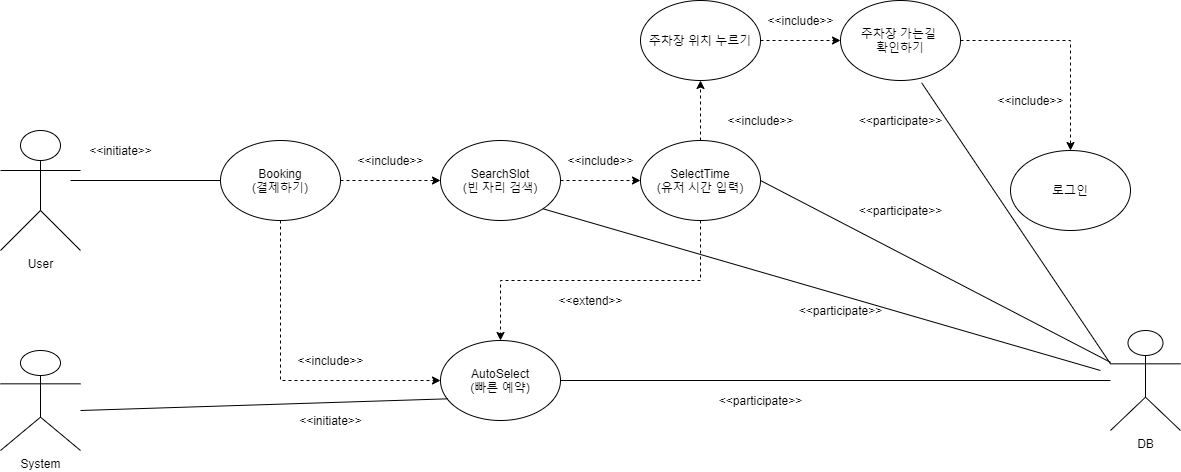
Earlier version of the draw.io export UsecaseDiagram/UseCaseDiagram.png (ch33233/SWE-Parking_Booking). Source tidied: cells renumbered, new cells last; positions are measured from the earlier drawing's top-left corner, leaving out a move shared by most shapes. Source of this version:
```xml
<mxGraphModel>
  <root>
    <mxCell id="0" />
    <mxCell id="1" parent="0" />
    <mxCell id="2" value="User" style="shape=umlActor;verticalLabelPosition=bottom;verticalAlign=top;html=1;" parent="1" vertex="1">
      <mxGeometry y="130" width="80" height="120" as="geometry" />
    </mxCell>
    <mxCell id="3" style="edgeStyle=orthogonalEdgeStyle;rounded=0;jettySize=auto;html=1;exitX=1;exitY=0.5;exitDx=0;exitDy=0;entryX=0;entryY=0.5;entryDx=0;entryDy=0;dashed=1;" parent="1" edge="1" source="5" target="7">
      <mxGeometry relative="1" as="geometry" />
    </mxCell>
    <mxCell id="4" style="edgeStyle=orthogonalEdgeStyle;rounded=0;jettySize=auto;html=1;exitX=0.5;exitY=1;exitDx=0;exitDy=0;entryX=0;entryY=0.5;entryDx=0;entryDy=0;dashed=1;" parent="1" edge="1" source="5" target="15">
      <mxGeometry relative="1" as="geometry" />
    </mxCell>
    <mxCell id="5" value="Booking&lt;br&gt;(결제하기)" style="ellipse;whiteSpace=wrap;html=1;" parent="1" vertex="1">
      <mxGeometry x="220" y="140" width="120" height="80" as="geometry" />
    </mxCell>
    <mxCell id="6" style="edgeStyle=orthogonalEdgeStyle;rounded=0;jettySize=auto;html=1;exitX=1;exitY=0.5;exitDx=0;exitDy=0;entryX=0;entryY=0.5;entryDx=0;entryDy=0;dashed=1;" parent="1" edge="1" source="7" target="10">
      <mxGeometry relative="1" as="geometry" />
    </mxCell>
    <mxCell id="7" value="SearchSlot&lt;br&gt;(빈 자리 검색)" style="ellipse;whiteSpace=wrap;html=1;" parent="1" vertex="1">
      <mxGeometry x="440" y="140" width="120" height="80" as="geometry" />
    </mxCell>
    <mxCell id="8" style="edgeStyle=orthogonalEdgeStyle;rounded=0;jettySize=auto;html=1;exitX=0.5;exitY=0;exitDx=0;exitDy=0;entryX=0.5;entryY=1;entryDx=0;entryDy=0;dashed=1;" parent="1" edge="1" source="10" target="12">
      <mxGeometry relative="1" as="geometry" />
    </mxCell>
    <mxCell id="9" style="edgeStyle=orthogonalEdgeStyle;rounded=0;jettySize=auto;html=1;exitX=0.5;exitY=1;exitDx=0;exitDy=0;entryX=0.5;entryY=0;entryDx=0;entryDy=0;dashed=1;" parent="1" edge="1" source="10" target="15">
      <mxGeometry relative="1" as="geometry" />
    </mxCell>
    <mxCell id="10" value="SelectTime&lt;br&gt;(유저 시간 입력)" style="ellipse;whiteSpace=wrap;html=1;" parent="1" vertex="1">
      <mxGeometry x="640" y="140" width="120" height="80" as="geometry" />
    </mxCell>
    <mxCell id="11" style="edgeStyle=orthogonalEdgeStyle;rounded=0;jettySize=auto;html=1;exitX=1;exitY=0.5;exitDx=0;exitDy=0;entryX=0;entryY=0.5;entryDx=0;entryDy=0;dashed=1;" parent="1" edge="1" source="12" target="14">
      <mxGeometry relative="1" as="geometry" />
    </mxCell>
    <mxCell id="12" value="주차장 위치 누르기" style="ellipse;whiteSpace=wrap;html=1;" parent="1" vertex="1">
      <mxGeometry x="640" width="120" height="80" as="geometry" />
    </mxCell>
    <mxCell id="13" style="edgeStyle=orthogonalEdgeStyle;rounded=0;jettySize=auto;html=1;exitX=1;exitY=0.5;exitDx=0;exitDy=0;dashed=1;" parent="1" edge="1" source="14" target="16">
      <mxGeometry relative="1" as="geometry" />
    </mxCell>
    <mxCell id="14" value="주차장 가는길 &lt;br&gt;확인하기" style="ellipse;whiteSpace=wrap;html=1;" parent="1" vertex="1">
      <mxGeometry x="840" width="120" height="80" as="geometry" />
    </mxCell>
    <mxCell id="15" value="AutoSelect&lt;br&gt;(빠른 예약)" style="ellipse;whiteSpace=wrap;html=1;" parent="1" vertex="1">
      <mxGeometry x="440" y="340" width="120" height="80" as="geometry" />
    </mxCell>
    <mxCell id="16" value="로그인" style="ellipse;whiteSpace=wrap;html=1;" parent="1" vertex="1">
      <mxGeometry x="1010" y="150" width="120" height="80" as="geometry" />
    </mxCell>
    <mxCell id="17" value="&amp;lt;&amp;lt;include&amp;gt;&amp;gt;" style="text;html=1;align=center;verticalAlign=middle;strokeColor=none;" parent="1" vertex="1">
      <mxGeometry x="990" y="90" width="80" height="20" as="geometry" />
    </mxCell>
    <mxCell id="18" style="endArrow=none;html=1;entryX=0;entryY=0.5;entryDx=0;entryDy=0;" parent="1" edge="1" target="5">
      <mxGeometry relative="1" as="geometry">
        <mxPoint x="70" y="180" as="sourcePoint" />
      </mxGeometry>
    </mxCell>
    <mxCell id="19" value="&amp;lt;&amp;lt;include&amp;gt;&amp;gt;" style="text;html=1;align=center;verticalAlign=middle;strokeColor=none;" parent="1" vertex="1">
      <mxGeometry x="760" y="10" width="80" height="20" as="geometry" />
    </mxCell>
    <mxCell id="20" value="&amp;lt;&amp;lt;include&amp;gt;&amp;gt;" style="text;html=1;align=center;verticalAlign=middle;strokeColor=none;" parent="1" vertex="1">
      <mxGeometry x="720" y="110" width="80" height="20" as="geometry" />
    </mxCell>
    <mxCell id="21" value="&amp;lt;&amp;lt;include&amp;gt;&amp;gt;" style="text;html=1;align=center;verticalAlign=middle;strokeColor=none;" parent="1" vertex="1">
      <mxGeometry x="350" y="150" width="80" height="20" as="geometry" />
    </mxCell>
    <mxCell id="22" value="&amp;lt;&amp;lt;initiate&amp;gt;&amp;gt;" style="text;html=1;align=center;verticalAlign=middle;strokeColor=none;" parent="1" vertex="1">
      <mxGeometry x="80" y="140" width="80" height="20" as="geometry" />
    </mxCell>
    <mxCell id="23" value="System" style="shape=umlActor;verticalLabelPosition=bottom;verticalAlign=top;html=1;" parent="1" vertex="1">
      <mxGeometry y="350" width="80" height="100" as="geometry" />
    </mxCell>
    <mxCell id="24" style="endArrow=none;html=1;entryX=0.06;entryY=0.729;entryDx=0;entryDy=0;entryPerimeter=0;" parent="1" edge="1" target="15">
      <mxGeometry relative="1" as="geometry">
        <mxPoint x="80" y="410" as="sourcePoint" />
      </mxGeometry>
    </mxCell>
    <mxCell id="25" value="&amp;lt;&amp;lt;initiate&amp;gt;&amp;gt;" style="text;html=1;align=center;verticalAlign=middle;strokeColor=none;" parent="1" vertex="1">
      <mxGeometry x="290" y="410" width="80" height="20" as="geometry" />
    </mxCell>
    <mxCell id="26" value="DB" style="shape=umlActor;verticalLabelPosition=bottom;verticalAlign=top;html=1;outlineConnect=0;" parent="1" vertex="1">
      <mxGeometry x="1110" y="330" width="70" height="100" as="geometry" />
    </mxCell>
    <mxCell id="27" style="endArrow=none;html=1;exitX=1;exitY=0.5;exitDx=0;exitDy=0;" parent="1" edge="1" source="15" target="26">
      <mxGeometry relative="1" as="geometry" />
    </mxCell>
    <mxCell id="28" style="endArrow=none;html=1;exitX=1;exitY=0.5;exitDx=0;exitDy=0;" parent="1" edge="1" source="10" target="26">
      <mxGeometry relative="1" as="geometry" />
    </mxCell>
    <mxCell id="29" style="endArrow=none;html=1;entryX=0.676;entryY=1.029;entryDx=0;entryDy=0;entryPerimeter=0;exitX=0;exitY=0.3333333333333333;exitDx=0;exitDy=0;exitPerimeter=0;" parent="1" edge="1" source="26" target="14">
      <mxGeometry relative="1" as="geometry" />
    </mxCell>
    <mxCell id="30" style="endArrow=none;html=1;entryX=1;entryY=1;entryDx=0;entryDy=0;" parent="1" edge="1" target="7">
      <mxGeometry relative="1" as="geometry">
        <mxPoint x="1100" y="370" as="sourcePoint" />
      </mxGeometry>
    </mxCell>
    <mxCell id="31" value="&amp;lt;&amp;lt;participate&amp;gt;&amp;gt;" style="text;html=1;align=center;verticalAlign=middle;strokeColor=none;" parent="1" vertex="1">
      <mxGeometry x="790" y="300" width="100" height="20" as="geometry" />
    </mxCell>
    <mxCell id="32" value="&amp;lt;&amp;lt;participate&amp;gt;&amp;gt;" style="text;html=1;align=center;verticalAlign=middle;strokeColor=none;" parent="1" vertex="1">
      <mxGeometry x="710" y="390" width="100" height="20" as="geometry" />
    </mxCell>
    <mxCell id="33" value="&amp;lt;&amp;lt;participate&amp;gt;&amp;gt;" style="text;html=1;align=center;verticalAlign=middle;strokeColor=none;" parent="1" vertex="1">
      <mxGeometry x="850" y="200" width="100" height="20" as="geometry" />
    </mxCell>
    <mxCell id="34" value="&amp;lt;&amp;lt;participate&amp;gt;&amp;gt;" style="text;html=1;align=center;verticalAlign=middle;strokeColor=none;" parent="1" vertex="1">
      <mxGeometry x="850" y="110" width="100" height="20" as="geometry" />
    </mxCell>
    <mxCell id="35" value="&amp;lt;&amp;lt;extend&amp;gt;&amp;gt;" style="text;html=1;align=center;verticalAlign=middle;strokeColor=none;" parent="1" vertex="1">
      <mxGeometry x="550" y="290" width="80" height="20" as="geometry" />
    </mxCell>
    <mxCell id="36" value="&amp;lt;&amp;lt;include&amp;gt;&amp;gt;" style="text;html=1;align=center;verticalAlign=middle;strokeColor=none;" parent="1" vertex="1">
      <mxGeometry x="290" y="350" width="80" height="20" as="geometry" />
    </mxCell>
    <mxCell id="37" value="&amp;lt;&amp;lt;include&amp;gt;&amp;gt;" style="text;html=1;align=center;verticalAlign=middle;strokeColor=none;" parent="1" vertex="1">
      <mxGeometry x="560" y="150" width="80" height="20" as="geometry" />
    </mxCell>
  </root>
</mxGraphModel>
```
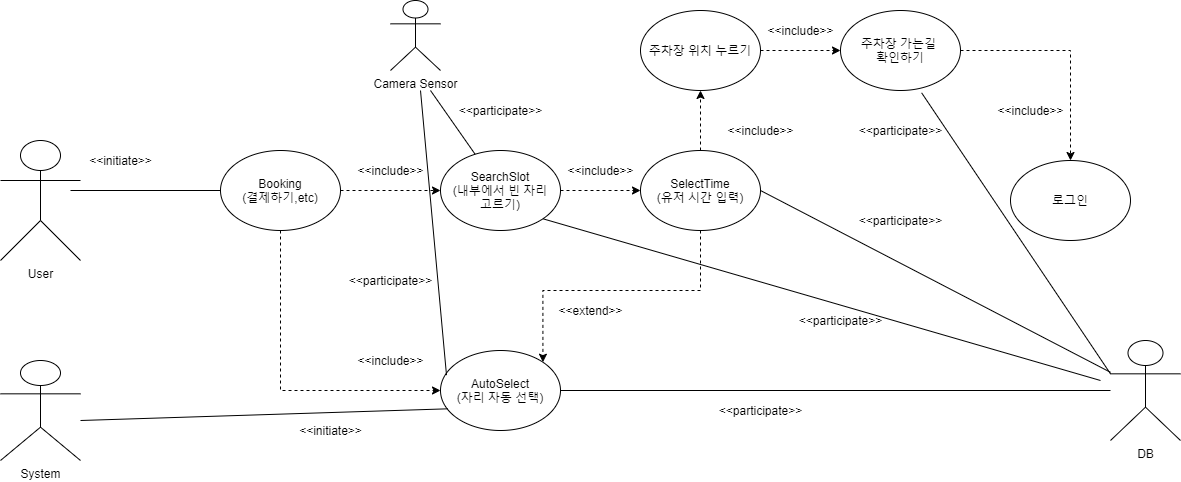
The same file after the commit.

Commit message:
modifiy use case diagram

What changed in the source:
```diff
@@ -5,25 +5,25 @@
     <mxCell id="2" value="User" style="shape=umlActor;verticalLabelPosition=bottom;verticalAlign=top;html=1;" parent="1" vertex="1">
       <mxGeometry y="130" width="80" height="120" as="geometry" />
     </mxCell>
+    <mxCell id="4" style="edgeStyle=orthogonalEdgeStyle;rounded=0;jettySize=auto;html=1;exitX=0.5;exitY=1;exitDx=0;exitDy=0;entryX=0;entryY=0.5;entryDx=0;entryDy=0;dashed=1;" parent="1" edge="1" source="5" target="15">
+      <mxGeometry relative="1" as="geometry" />
+    </mxCell>
     <mxCell id="3" style="edgeStyle=orthogonalEdgeStyle;rounded=0;jettySize=auto;html=1;exitX=1;exitY=0.5;exitDx=0;exitDy=0;entryX=0;entryY=0.5;entryDx=0;entryDy=0;dashed=1;" parent="1" edge="1" source="5" target="7">
       <mxGeometry relative="1" as="geometry" />
     </mxCell>
-    <mxCell id="4" style="edgeStyle=orthogonalEdgeStyle;rounded=0;jettySize=auto;html=1;exitX=0.5;exitY=1;exitDx=0;exitDy=0;entryX=0;entryY=0.5;entryDx=0;entryDy=0;dashed=1;" parent="1" edge="1" source="5" target="15">
-      <mxGeometry relative="1" as="geometry" />
-    </mxCell>
-    <mxCell id="5" value="Booking&lt;br&gt;(결제하기)" style="ellipse;whiteSpace=wrap;html=1;" parent="1" vertex="1">
+    <mxCell id="5" value="Booking&lt;br&gt;(결제하기,etc)" style="ellipse;whiteSpace=wrap;html=1;" parent="1" vertex="1">
       <mxGeometry x="220" y="140" width="120" height="80" as="geometry" />
     </mxCell>
     <mxCell id="6" style="edgeStyle=orthogonalEdgeStyle;rounded=0;jettySize=auto;html=1;exitX=1;exitY=0.5;exitDx=0;exitDy=0;entryX=0;entryY=0.5;entryDx=0;entryDy=0;dashed=1;" parent="1" edge="1" source="7" target="10">
       <mxGeometry relative="1" as="geometry" />
     </mxCell>
-    <mxCell id="7" value="SearchSlot&lt;br&gt;(빈 자리 검색)" style="ellipse;whiteSpace=wrap;html=1;" parent="1" vertex="1">
+    <mxCell id="7" value="SearchSlot&lt;br&gt;(내부에서 빈 자리&lt;br&gt;고르기)" style="ellipse;whiteSpace=wrap;html=1;" parent="1" vertex="1">
       <mxGeometry x="440" y="140" width="120" height="80" as="geometry" />
     </mxCell>
     <mxCell id="8" style="edgeStyle=orthogonalEdgeStyle;rounded=0;jettySize=auto;html=1;exitX=0.5;exitY=0;exitDx=0;exitDy=0;entryX=0.5;entryY=1;entryDx=0;entryDy=0;dashed=1;" parent="1" edge="1" source="10" target="12">
       <mxGeometry relative="1" as="geometry" />
     </mxCell>
-    <mxCell id="9" style="edgeStyle=orthogonalEdgeStyle;rounded=0;jettySize=auto;html=1;exitX=0.5;exitY=1;exitDx=0;exitDy=0;entryX=0.5;entryY=0;entryDx=0;entryDy=0;dashed=1;" parent="1" edge="1" source="10" target="15">
+    <mxCell id="9" style="edgeStyle=orthogonalEdgeStyle;rounded=0;jettySize=auto;html=1;exitX=0.5;exitY=1;exitDx=0;exitDy=0;entryX=1;entryY=0;entryDx=0;entryDy=0;dashed=1;" parent="1" edge="1" source="10" target="15">
       <mxGeometry relative="1" as="geometry" />
     </mxCell>
     <mxCell id="10" value="SelectTime&lt;br&gt;(유저 시간 입력)" style="ellipse;whiteSpace=wrap;html=1;" parent="1" vertex="1">
@@ -41,7 +41,7 @@
     <mxCell id="14" value="주차장 가는길 &lt;br&gt;확인하기" style="ellipse;whiteSpace=wrap;html=1;" parent="1" vertex="1">
       <mxGeometry x="840" width="120" height="80" as="geometry" />
     </mxCell>
-    <mxCell id="15" value="AutoSelect&lt;br&gt;(빠른 예약)" style="ellipse;whiteSpace=wrap;html=1;" parent="1" vertex="1">
+    <mxCell id="15" value="AutoSelect&lt;br&gt;(자리 자동 선택)" style="ellipse;whiteSpace=wrap;html=1;" parent="1" vertex="1">
       <mxGeometry x="440" y="340" width="120" height="80" as="geometry" />
     </mxCell>
     <mxCell id="16" value="로그인" style="ellipse;whiteSpace=wrap;html=1;" parent="1" vertex="1">
@@ -111,10 +111,29 @@
       <mxGeometry x="550" y="290" width="80" height="20" as="geometry" />
     </mxCell>
     <mxCell id="36" value="&amp;lt;&amp;lt;include&amp;gt;&amp;gt;" style="text;html=1;align=center;verticalAlign=middle;strokeColor=none;" parent="1" vertex="1">
-      <mxGeometry x="290" y="350" width="80" height="20" as="geometry" />
+      <mxGeometry x="350" y="340" width="80" height="20" as="geometry" />
     </mxCell>
     <mxCell id="37" value="&amp;lt;&amp;lt;include&amp;gt;&amp;gt;" style="text;html=1;align=center;verticalAlign=middle;strokeColor=none;" parent="1" vertex="1">
       <mxGeometry x="560" y="150" width="80" height="20" as="geometry" />
     </mxCell>
+    <mxCell id="38" value="Camera Sensor" style="shape=umlActor;verticalLabelPosition=bottom;verticalAlign=top;html=1;" parent="1" vertex="1">
+      <mxGeometry x="390" y="-10" width="50" height="70" as="geometry" />
+    </mxCell>
+    <mxCell id="39" style="endArrow=none;html=1;" parent="1" edge="1" target="7">
+      <mxGeometry relative="1" as="geometry">
+        <mxPoint x="430" y="80" as="sourcePoint" />
+      </mxGeometry>
+    </mxCell>
+    <mxCell id="40" style="endArrow=none;html=1;exitX=0.05;exitY=0.308;exitDx=0;exitDy=0;exitPerimeter=0;" parent="1" edge="1" source="15">
+      <mxGeometry relative="1" as="geometry">
+        <mxPoint x="420" y="80" as="targetPoint" />
+      </mxGeometry>
+    </mxCell>
+    <mxCell id="41" value="&amp;lt;&amp;lt;participate&amp;gt;&amp;gt;" style="text;html=1;align=center;verticalAlign=middle;strokeColor=none;" parent="1" vertex="1">
+      <mxGeometry x="450" y="90" width="100" height="20" as="geometry" />
+    </mxCell>
+    <mxCell id="42" value="&amp;lt;&amp;lt;participate&amp;gt;&amp;gt;" style="text;html=1;align=center;verticalAlign=middle;strokeColor=none;" parent="1" vertex="1">
+      <mxGeometry x="340" y="260" width="100" height="20" as="geometry" />
+    </mxCell>
   </root>
 </mxGraphModel>
```
